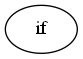
Earlier version of the Graphviz export russkie_alga!/parse.png (matmuher/flip-flop). Its source is kept beside it as russkie_alga!/parse.dot.
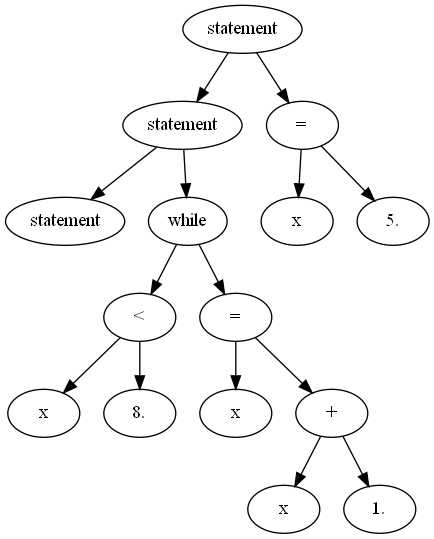
The same diagram one commit later.

What changed in the source:
```diff
@@ -1,3 +1,31 @@
 digraph G {
-A00C52378 [label = "if"];
+A007A23F0 [label = "statement"];
+A007A23F0 -> A007A3510;
+A007A23F0 -> A007A34E8;
+A007A3510 [label = "statement"];
+A007A3510 -> A007A6C88;
+A007A3510 -> A007A0508;
+A007A6C88 [label = "statement"];
+A007A0508 [label = "while"];
+A007A0508 -> A007A3590;
+A007A0508 -> A007A04F0;
+A007A3590 [label = "<"];
+A007A3590 -> A007A3540;
+A007A3590 -> A007A3568;
+A007A3540 [label = "x"];
+A007A3568 [label = "8."];
+A007A04F0 [label = "="];
+A007A04F0 -> A007A35B8;
+A007A04F0 -> A007A04D8;
+A007A35B8 [label = "x"];
+A007A04D8 [label = "+"];
+A007A04D8 -> A007A35E0;
+A007A04D8 -> A007A04B0;
+A007A35E0 [label = "x"];
+A007A04B0 [label = "1."];
+A007A34E8 [label = "="];
+A007A34E8 -> A007A2420;
+A007A34E8 -> A007A2448;
+A007A2420 [label = "x"];
+A007A2448 [label = "5."];
 }
```
